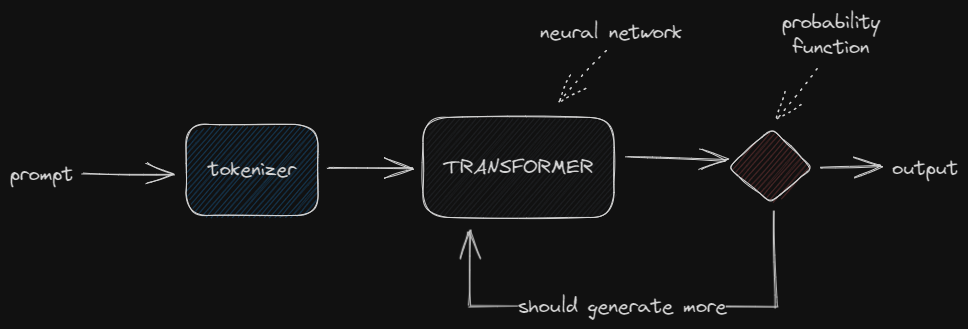
Before: drawings/llm-general.excalidraw.png, a diagram exported from Excalidraw (maciejmalecki/rag). Source tidied: one line per element, renumbered; positions are measured from the earlier drawing's top-left corner, leaving out a move shared by most shapes.
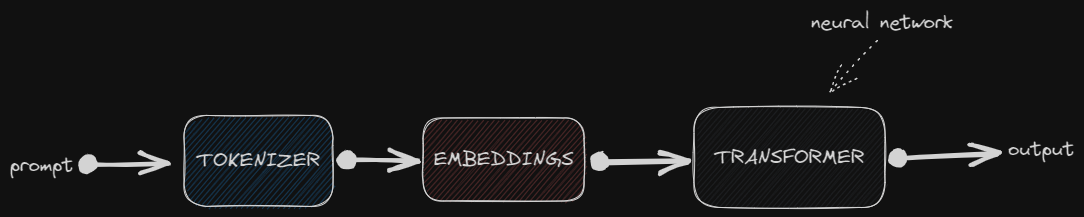
After the change.

The edit, as a diff of the source:
```diff
@@ -1,17 +1,14 @@
-{"id": 0, "type": "rectangle", "strokeColor": "#1e1e1e", "backgroundColor": "#a5d8ff", "fillStyle": "hachure", "strokeWidth": 1, "roughness": 1, "round": true, "x": 176, "y": 114, "width": 132, "height": 91}
+{"id": 0, "type": "rectangle", "strokeColor": "#1e1e1e", "backgroundColor": "#a5d8ff", "fillStyle": "hachure", "strokeWidth": 1, "roughness": 1, "round": true, "x": 159, "y": 114, "width": 149, "height": 91}
-{"id": 1, "type": "text", "text": "tokenizer", "strokeColor": "#1e1e1e", "strokeWidth": 1, "roughness": 1, "fontSize": 20, "fontFamily": 1, "textAlign": "center", "verticalAlign": "middle", "inside": 0, "x": 198, "y": 147, "width": 88, "height": 25}
+{"id": 1, "type": "text", "text": "TOKENIZER", "strokeColor": "#1e1e1e", "strokeWidth": 1, "roughness": 1, "fontSize": 20, "fontFamily": 1, "textAlign": "center", "verticalAlign": "middle", "inside": 0, "x": 172, "y": 147, "width": 123, "height": 25}
-{"id": 2, "type": "arrow", "strokeColor": "#1e1e1e", "backgroundColor": "#ffc9c9", "fillStyle": "hachure", "strokeWidth": 1, "roughness": 1, "endArrowhead": "arrow", "round": true, "from": 0, "to": 4, "x": 318, "y": 158, "width": 85, "height": 0, "points": [[0, 0], [85, 0]]}
+{"id": 2, "type": "arrow", "strokeColor": "#1e1e1e", "backgroundColor": "#ffc9c9", "fillStyle": "hachure", "strokeWidth": 4, "roughness": 1, "startArrowhead": "dot", "endArrowhead": "arrow", "round": true, "from": 0, "to": 17, "x": 323, "y": 159, "width": 70, "height": 1, "points": [[0, 0], [70, 1]]}
-{"id": 3, "type": "arrow", "strokeColor": "#1e1e1e", "backgroundColor": "#d0bfff", "fillStyle": "hachure", "strokeWidth": 1, "roughness": 1, "endArrowhead": "arrow", "from": 10, "to": 0, "x": 72, "y": 165, "width": 93, "height": 0, "points": [[0, 0], [93, 0]]}
+{"id": 3, "type": "arrow", "strokeColor": "#1e1e1e", "backgroundColor": "#d0bfff", "fillStyle": "hachure", "strokeWidth": 4, "roughness": 1, "startArrowhead": "dot", "endArrowhead": "arrow", "from": 10, "to": 0, "x": 62, "y": 165, "width": 82, "height": 2, "points": [[0, 0], [82, -2]]}
-{"id": 4, "type": "rectangle", "strokeColor": "#1e1e1e", "backgroundColor": "#e9ecef", "fillStyle": "hachure", "strokeWidth": 1, "roughness": 1, "round": true, "x": 413, "y": 107, "width": 191, "height": 100}
+{"id": 4, "type": "rectangle", "strokeColor": "#1e1e1e", "backgroundColor": "#e9ecef", "fillStyle": "hachure", "strokeWidth": 1, "roughness": 1, "round": true, "x": 669, "y": 106, "width": 191, "height": 100}
-{"id": 5, "type": "text", "text": "TRANSFORMER", "strokeColor": "#1e1e1e", "backgroundColor": "#e9ecef", "fillStyle": "hachure", "strokeWidth": 1, "roughness": 1, "fontSize": 20, "fontFamily": 1, "textAlign": "center", "verticalAlign": "middle", "inside": 4, "x": 434, "y": 145, "width": 150, "height": 25}
+{"id": 5, "type": "text", "text": "TRANSFORMER", "strokeColor": "#1e1e1e", "backgroundColor": "#e9ecef", "fillStyle": "hachure", "strokeWidth": 1, "roughness": 1, "fontSize": 20, "fontFamily": 1, "textAlign": "center", "verticalAlign": "middle", "inside": 4, "x": 690, "y": 144, "width": 150, "height": 25}
-{"id": 6, "type": "arrow", "strokeColor": "#1e1e1e", "backgroundColor": "#e9ecef", "fillStyle": "hachure", "strokeWidth": 1, "roughness": 1, "endArrowhead": "arrow", "from": 4, "to": 7, "x": 616, "y": 146, "width": 101, "height": 4, "points": [[0, 0], [101, 4]]}
+{"id": 6, "type": "arrow", "strokeColor": "#1e1e1e", "backgroundColor": "#e9ecef", "fillStyle": "hachure", "strokeWidth": 4, "roughness": 1, "startArrowhead": "dot", "endArrowhead": "arrow", "from": 4, "to": 12, "x": 871, "y": 157, "width": 102, "height": 5, "points": [[0, 0], [102, -5]]}
-{"id": 7, "type": "diamond", "strokeColor": "#1e1e1e", "backgroundColor": "#ffc9c9", "fillStyle": "hachure", "strokeWidth": 1, "roughness": 1, "round": true, "x": 718, "y": 119, "width": 84, "height": 74}
-{"id": 8, "type": "arrow", "strokeColor": "#1e1e1e", "strokeWidth": 1, "roughness": 1, "endArrowhead": "arrow", "from": 7, "to": 4, "x": 762, "y": 200, "width": 308, "height": 97, "points": [[0, 0], [4, 97], [-304, 96], [-303, 20]]}
-{"id": 9, "type": "text", "text": "should generate more", "strokeColor": "#1e1e1e", "backgroundColor": "#ffc9c9", "fillStyle": "hachure", "strokeWidth": 1, "strokeStyle": "dotted", "roughness": 1, "fontSize": 20, "fontFamily": 1, "textAlign": "center", "verticalAlign": "middle", "inside": 8, "x": 508, "y": 284, "width": 209, "height": 25}
-{"id": 10, "type": "text", "text": "prompt", "strokeColor": "#1e1e1e", "backgroundColor": "#ffc9c9", "fillStyle": "hachure", "strokeWidth": 1, "roughness": 1, "fontSize": 20, "fontFamily": 1, "x": 0, "y": 152, "width": 63, "height": 25}
+{"id": 10, "type": "text", "text": "prompt", "strokeColor": "#1e1e1e", "backgroundColor": "#ffc9c9", "fillStyle": "hachure", "strokeWidth": 1, "roughness": 1, "fontSize": 20, "fontFamily": 1, "x": -15, "y": 152, "width": 63, "height": 25}
-{"id": 11, "type": "arrow", "strokeColor": "#1e1e1e", "backgroundColor": "#ffc9c9", "fillStyle": "hachure", "strokeWidth": 1, "roughness": 1, "endArrowhead": "arrow", "from": 7, "to": 12, "x": 810, "y": 158, "width": 61, "height": 2, "points": [[0, 0], [61, -2]]}
-{"id": 12, "type": "text", "text": "output", "strokeColor": "#1e1e1e", "backgroundColor": "#ffc9c9", "fillStyle": "hachure", "strokeWidth": 1, "roughness": 1, "fontSize": 20, "fontFamily": 1, "x": 882, "y": 146, "width": 66, "height": 25}
+{"id": 12, "type": "text", "text": "output", "strokeColor": "#1e1e1e", "backgroundColor": "#ffc9c9", "fillStyle": "hachure", "strokeWidth": 1, "roughness": 1, "fontSize": 20, "fontFamily": 1, "x": 983, "y": 136, "width": 66, "height": 25}
-{"id": 13, "type": "text", "text": "neural network", "strokeColor": "#1e1e1e", "backgroundColor": "#ffc9c9", "fillStyle": "hachure", "strokeWidth": 1, "roughness": 1, "fontSize": 20, "fontFamily": 1, "x": 530, "y": 10, "width": 142, "height": 25}
+{"id": 13, "type": "text", "text": "neural network", "strokeColor": "#1e1e1e", "backgroundColor": "#ffc9c9", "fillStyle": "hachure", "strokeWidth": 1, "roughness": 1, "fontSize": 20, "fontFamily": 1, "x": 786, "y": 9, "width": 142, "height": 25}
-{"id": 14, "type": "arrow", "strokeColor": "#1e1e1e", "backgroundColor": "#ffc9c9", "fillStyle": "hachure", "strokeWidth": 1, "strokeStyle": "dotted", "roughness": 1, "endArrowhead": "arrow", "from": 13, "to": 4, "x": 594, "y": 41, "width": 48, "height": 53, "points": [[0, 0], [-48, 53]]}
+{"id": 14, "type": "arrow", "strokeColor": "#1e1e1e", "backgroundColor": "#ffc9c9", "fillStyle": "hachure", "strokeWidth": 1, "strokeStyle": "dotted", "roughness": 1, "endArrowhead": "arrow", "from": 13, "to": 4, "x": 850, "y": 40, "width": 48, "height": 53, "points": [[0, 0], [-48, 53]]}
-{"id": 15, "type": "text", "text": "probability\nfunction", "strokeColor": "#1e1e1e", "backgroundColor": "#ffc9c9", "fillStyle": "hachure", "strokeWidth": 1, "strokeStyle": "dotted", "roughness": 1, "fontSize": 20, "fontFamily": 1, "textAlign": "center", "x": 772, "y": 0, "width": 98, "height": 50}
-{"id": 16, "type": "arrow", "strokeColor": "#1e1e1e", "backgroundColor": "#ffc9c9", "fillStyle": "hachure", "strokeWidth": 1, "strokeStyle": "dotted", "roughness": 1, "endArrowhead": "arrow", "from": 15, "to": 7, "x": 808, "y": 59, "width": 42, "height": 53, "points": [[0, 0], [-42, 53]]}
+{"id": 17, "type": "rectangle", "strokeColor": "#1e1e1e", "backgroundColor": "#ffc9c9", "fillStyle": "hachure", "strokeWidth": 1, "roughness": 1, "round": true, "x": 398, "y": 117, "width": 161, "height": 83}
+{"id": 18, "type": "text", "text": "EMBEDDINGS", "strokeColor": "#1e1e1e", "backgroundColor": "#ffc9c9", "fillStyle": "hachure", "strokeWidth": 1, "roughness": 1, "fontSize": 20, "fontFamily": 1, "textAlign": "center", "verticalAlign": "middle", "inside": 17, "x": 409, "y": 146, "width": 140, "height": 25}
+{"id": 19, "type": "arrow", "strokeColor": "#1e1e1e", "backgroundColor": "#ffc9c9", "fillStyle": "hachure", "strokeWidth": 4, "roughness": 1, "startArrowhead": "dot", "endArrowhead": "arrow", "round": true, "from": 17, "to": 4, "x": 575, "y": 161, "width": 88, "height": 1, "points": [[0, 0], [88, -1]]}
```
